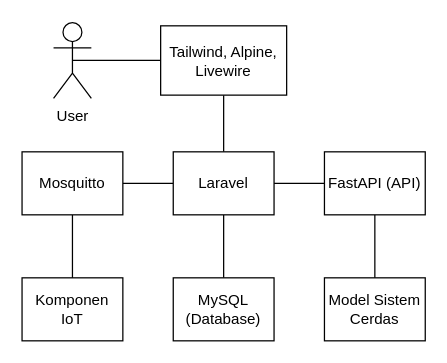
This is docs/antarmuka.drawio from codebaradev/Simlab, a draw.io file, before an edit. Source tidied: cells renumbered, new cells numbered last; positions are measured from the earlier drawing's top-left corner, leaving out a move shared by most shapes. Both pictures are drawn from the tidied source at 126%, with x=0, y=0 at pixel (21, 23).
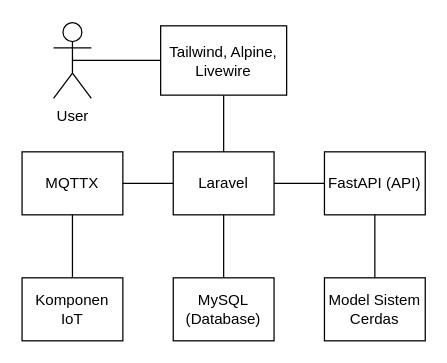
The same page after the edit.

The edit, as a diff of the source:
```diff
@@
 <mxGraphModel>
   <root>
     <mxCell id="0" />
     <mxCell id="1" parent="0" />
     <mxCell id="2" style="edgeStyle=none;html=1;exitX=0.5;exitY=0.5;exitDx=0;exitDy=0;exitPerimeter=0;entryX=0;entryY=0.5;entryDx=0;entryDy=0;endArrow=none;endFill=0;" parent="1" edge="1" source="3" target="6">
       <mxGeometry relative="1" as="geometry" />
     </mxCell>
     <mxCell id="3" value="User" style="shape=umlActor;verticalLabelPosition=bottom;verticalAlign=top;html=1;outlineConnect=0;" parent="1" vertex="1">
       <mxGeometry x="25" y="-0.5" width="30" height="60" as="geometry" />
     </mxCell>
     <mxCell id="4" style="edgeStyle=none;html=1;endArrow=none;endFill=0;" parent="1" edge="1" source="6" target="9">
       <mxGeometry relative="1" as="geometry" />
     </mxCell>
     <mxCell id="5" style="edgeStyle=none;html=1;endArrow=none;endFill=0;" parent="1" edge="1" source="9" target="16">
       <mxGeometry relative="1" as="geometry" />
     </mxCell>
     <mxCell id="6" value="Tailwind, Alpine, Livewire" style="rounded=0;whiteSpace=wrap;html=1;" parent="1" vertex="1">
       <mxGeometry x="110" y="2" width="100" height="55" as="geometry" />
     </mxCell>
     <mxCell id="7" style="edgeStyle=none;html=1;exitX=0.5;exitY=1;exitDx=0;exitDy=0;entryX=0.5;entryY=0;entryDx=0;entryDy=0;endArrow=none;endFill=0;" parent="1" edge="1" source="9" target="10">
       <mxGeometry relative="1" as="geometry" />
     </mxCell>
     <mxCell id="8" style="edgeStyle=none;html=1;exitX=1;exitY=0.5;exitDx=0;exitDy=0;entryX=0;entryY=0.5;entryDx=0;entryDy=0;endArrow=none;endFill=0;" parent="1" edge="1" source="9" target="13">
       <mxGeometry relative="1" as="geometry" />
     </mxCell>
     <mxCell id="9" value="Laravel" style="rounded=0;whiteSpace=wrap;html=1;" parent="1" vertex="1">
       <mxGeometry x="120" y="102" width="80" height="50" as="geometry" />
     </mxCell>
     <mxCell id="10" value="MySQL (Database)" style="rounded=0;whiteSpace=wrap;html=1;" parent="1" vertex="1">
       <mxGeometry x="120" y="202" width="80" height="50" as="geometry" />
     </mxCell>
     <mxCell id="11" value="Model Sistem Cerdas" style="rounded=0;whiteSpace=wrap;html=1;" parent="1" vertex="1">
       <mxGeometry x="240" y="202" width="80" height="50" as="geometry" />
     </mxCell>
     <mxCell id="12" style="edgeStyle=none;html=1;exitX=0.5;exitY=1;exitDx=0;exitDy=0;entryX=0.5;entryY=0;entryDx=0;entryDy=0;endArrow=none;endFill=0;" parent="1" edge="1" source="13" target="11">
       <mxGeometry relative="1" as="geometry" />
     </mxCell>
     <mxCell id="13" value="FastAPI (API)" style="rounded=0;whiteSpace=wrap;html=1;" parent="1" vertex="1">
       <mxGeometry x="240" y="102" width="80" height="50" as="geometry" />
     </mxCell>
     <mxCell id="14" value="Komponen IoT" style="rounded=0;whiteSpace=wrap;html=1;" parent="1" vertex="1">
       <mxGeometry y="202" width="80" height="50" as="geometry" />
     </mxCell>
     <mxCell id="15" style="edgeStyle=none;html=1;exitX=0.5;exitY=1;exitDx=0;exitDy=0;endArrow=none;endFill=0;" parent="1" edge="1" source="16" target="14">
       <mxGeometry relative="1" as="geometry" />
     </mxCell>
-    <mxCell id="16" value="Mosquitto" style="rounded=0;whiteSpace=wrap;html=1;" parent="1" vertex="1">
+    <mxCell id="16" value="MQTTX" style="rounded=0;whiteSpace=wrap;html=1;" parent="1" vertex="1">
       <mxGeometry y="102" width="80" height="50" as="geometry" />
     </mxCell>
   </root>
 </mxGraphModel>
```
